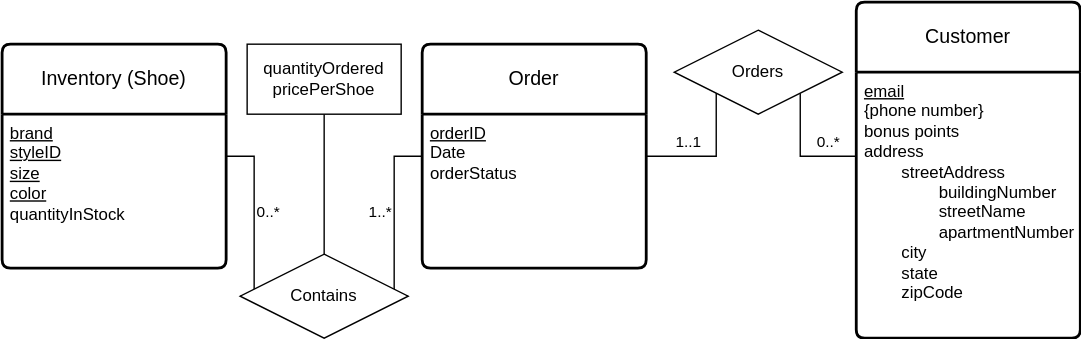
Before: Classes + Uni/PDS/Homeworks/Homework 1/Drawings/P2Sb.drawio.svg, a diagram exported from draw.io (ivanearisty/obsidian). Source tidied: cells renumbered, new cells last; positions are measured from the earlier drawing's top-left corner, leaving out a move shared by most shapes.
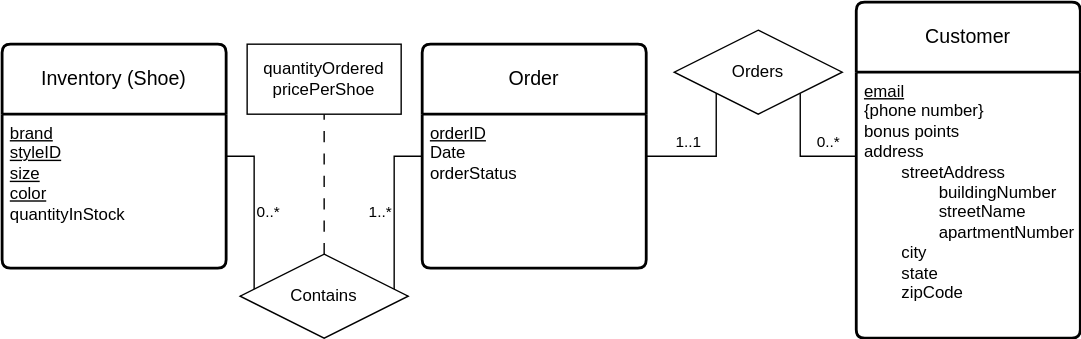
After the commit.

The edit, as a diff of the source:
```diff
@@ -43,7 +43,7 @@
     <mxCell id="12" value="&lt;u&gt;orderID&lt;/u&gt;&lt;div&gt;Date&lt;/div&gt;&lt;div&gt;orderStatus&lt;/div&gt;" style="align=left;strokeColor=none;fillColor=none;spacingLeft=4;fontSize=12;verticalAlign=top;html=1;" parent="11" vertex="1">
       <mxGeometry y="50" width="160" height="110" as="geometry" />
     </mxCell>
-    <mxCell id="13" style="edgeStyle=orthogonalEdgeStyle;rounded=0;jettySize=auto;html=1;endArrow=none;endFill=0;" parent="1" edge="1" source="14" target="15">
+    <mxCell id="13" style="edgeStyle=orthogonalEdgeStyle;rounded=0;jettySize=auto;html=1;endArrow=none;endFill=0;dashed=1;dashPattern=8 8;" parent="1" edge="1" source="14" target="15">
       <mxGeometry relative="1" as="geometry" />
     </mxCell>
     <mxCell id="14" value="Contains" style="shape=rhombus;perimeter=rhombusPerimeter;whiteSpace=wrap;html=1;align=center;" parent="1" vertex="1">
```
